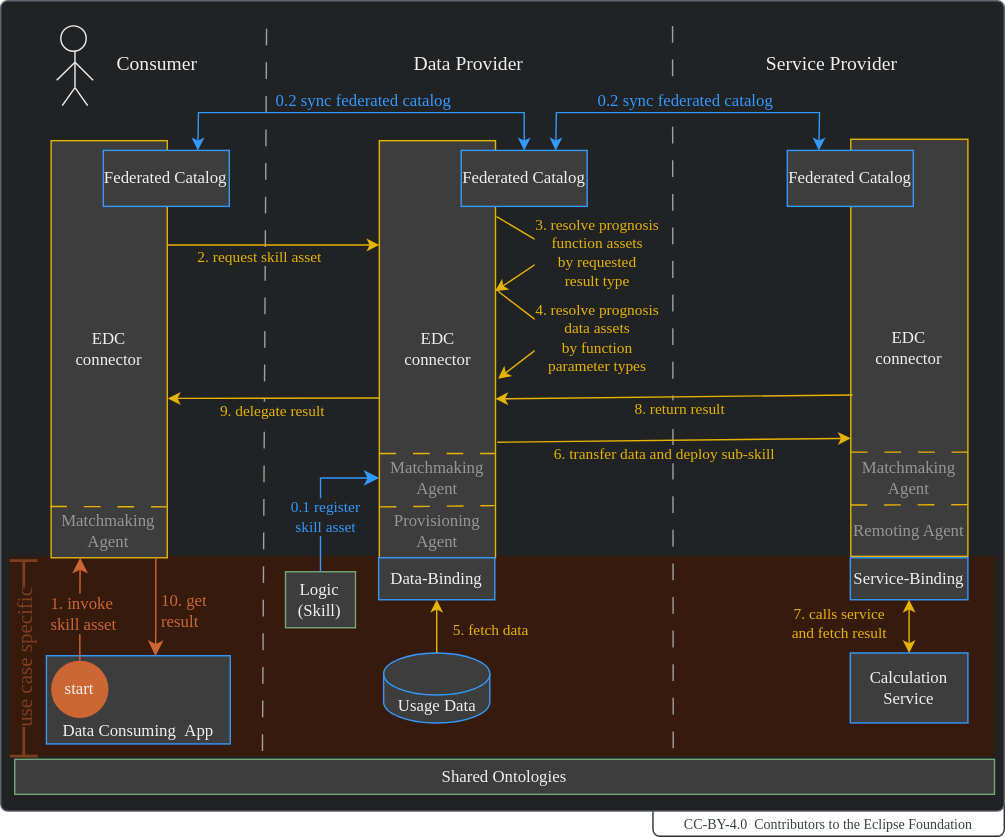
This is docs-kits/kits/behaviour-twin-kit/adoption-view/assets/business-process.drawio.svg from eclipse-tractusx/eclipse-tractusx.github.io, a draw.io export, as it was before one commit. Source tidied: cells renumbered, new cells last; positions are measured from the earlier drawing's top-left corner, leaving out a move shared by most shapes.
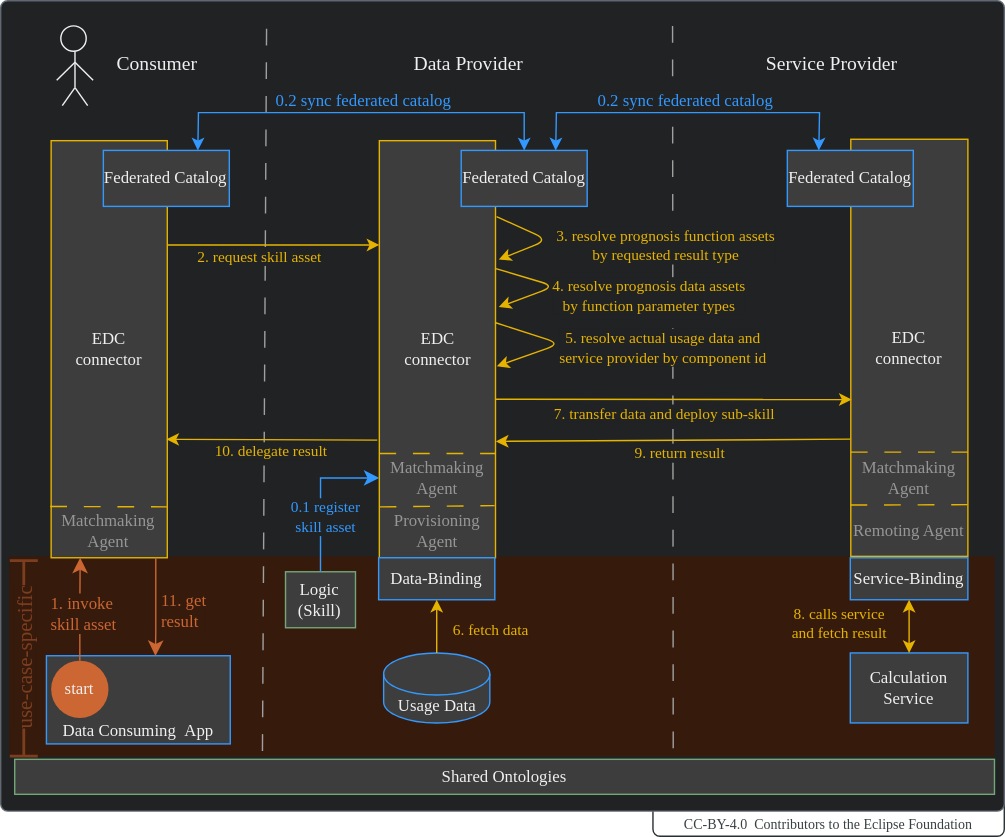
After the change.

What changed in the source:
```diff
@@ -144,7 +144,7 @@
     <mxCell id="36" style="endArrow=classic;html=1;strokeColor=#E6B400;fontColor=#F0F0F0;exitX=0.5;exitY=0;exitDx=0;exitDy=0;exitPerimeter=0;entryX=0.5;entryY=1;entryDx=0;entryDy=0;fontFamily=Manrope;" parent="1" edge="1" source="33" target="29">
       <mxGeometry relative="1" as="geometry" />
     </mxCell>
-    <mxCell id="37" value="&lt;font face=&quot;Manrope&quot;&gt;5. fetch data&lt;/font&gt;" style="edgeLabel;html=1;align=center;verticalAlign=middle;fontColor=#E6B400;labelBackgroundColor=#361B0D;fontFamily=Manrope;" parent="36" vertex="1">
+    <mxCell id="37" value="&lt;font face=&quot;Manrope&quot;&gt;6. fetch data&lt;/font&gt;" style="edgeLabel;html=1;align=center;verticalAlign=middle;fontColor=#E6B400;labelBackgroundColor=#361B0D;fontFamily=Manrope;" parent="36" vertex="1">
       <mxGeometry x="0.41" y="-1" relative="1" as="geometry">
         <mxPoint x="37" y="11" as="offset" />
       </mxGeometry>
@@ -152,56 +152,56 @@
     <mxCell id="38" value="&lt;font style=&quot;font-size: 12px;&quot; face=&quot;Manrope&quot;&gt;Logic&lt;br&gt;(Skill)&lt;br&gt;&lt;/font&gt;" style="rounded=0;whiteSpace=wrap;html=1;strokeColor=#74A678;fillColor=#3D3D3D;fillStyle=solid;fontColor=#F0F0F0;fontFamily=Manrope;" parent="1" vertex="1">
       <mxGeometry x="256.5" y="408" width="50" height="40" as="geometry" />
     </mxCell>
-    <mxCell id="39" value="&lt;font face=&quot;Manrope&quot; color=&quot;#7d3e1f&quot; style=&quot;background-color: rgb(54, 27, 13); font-size: 15px;&quot;&gt;&amp;nbsp;use case specific&amp;nbsp;&lt;/font&gt;" style="shape=crossbar;whiteSpace=wrap;html=1;rounded=1;labelBackgroundColor=#361B0D;strokeColor=#7D3E1F;fontColor=#F0F0F0;fillColor=#69341A;rotation=-90;strokeWidth=2;fontFamily=Manrope;" parent="1" vertex="1">
+    <mxCell id="39" value="&lt;font face=&quot;Manrope&quot; color=&quot;#7d3e1f&quot; style=&quot;background-color: rgb(54, 27, 13); font-size: 15px;&quot;&gt;&amp;nbsp;use-case-specific&amp;nbsp;&lt;/font&gt;" style="shape=crossbar;whiteSpace=wrap;html=1;rounded=1;labelBackgroundColor=#361B0D;strokeColor=#7D3E1F;fontColor=#F0F0F0;fillColor=#69341A;rotation=-90;strokeWidth=2;fontFamily=Manrope;" parent="1" vertex="1">
       <mxGeometry x="-0.4" y="459.9" width="139.7" height="20" as="geometry" />
     </mxCell>
-    <mxCell id="40" style="endArrow=classic;html=1;fontColor=#E6B400;exitX=1.009;exitY=0.182;exitDx=0;exitDy=0;entryX=0.996;entryY=0.361;entryDx=0;entryDy=0;strokeColor=#E6B400;entryPerimeter=0;exitPerimeter=0;fontFamily=Manrope;" parent="1" edge="1" source="11" target="11">
+    <mxCell id="40" style="endArrow=classic;html=1;fontColor=#E6B400;exitX=1.009;exitY=0.182;exitDx=0;exitDy=0;entryX=1.028;entryY=0.285;entryDx=0;entryDy=0;strokeColor=#E6B400;entryPerimeter=0;exitPerimeter=0;fontFamily=Manrope;" parent="1" edge="1" source="11" target="11">
       <mxGeometry relative="1" as="geometry">
         <Array as="points">
-          <mxPoint x="449" y="179" />
+          <mxPoint x="444" y="171" />
         </Array>
       </mxGeometry>
     </mxCell>
-    <mxCell id="41" value="&lt;font face=&quot;Manrope&quot;&gt;3. resolve prognosis&lt;br&gt;function assets&lt;br&gt;by requested&lt;br&gt;result type&lt;/font&gt;" style="edgeLabel;html=1;align=center;verticalAlign=middle;labelBackgroundColor=#202224;fontColor=#E6B400;fontFamily=Manrope;" parent="40" vertex="1">
+    <mxCell id="41" value="&lt;font face=&quot;Manrope&quot;&gt;3. resolve prognosis function assets&lt;br&gt;by requested result type&lt;/font&gt;" style="edgeLabel;html=1;align=center;verticalAlign=middle;labelBackgroundColor=#202224;fontColor=#E6B400;fontFamily=Manrope;" parent="40" vertex="1">
       <mxGeometry x="0.35" relative="1" as="geometry">
-        <mxPoint x="45" y="-10" as="offset" />
+        <mxPoint x="95" y="-1" as="offset" />
       </mxGeometry>
     </mxCell>
-    <mxCell id="42" style="endArrow=classic;html=1;fontColor=#E6B400;strokeColor=#E6B400;entryX=1.022;entryY=0.571;entryDx=0;entryDy=0;entryPerimeter=0;exitX=1.022;exitY=0.361;exitDx=0;exitDy=0;exitPerimeter=0;fontFamily=Manrope;" parent="1" edge="1" source="11" target="11">
+    <mxCell id="42" style="endArrow=classic;html=1;fontColor=#E6B400;strokeColor=#E6B400;entryX=1.028;entryY=0.399;entryDx=0;entryDy=0;entryPerimeter=0;fontFamily=Manrope;exitX=0.995;exitY=0.306;exitDx=0;exitDy=0;exitPerimeter=0;" parent="1" edge="1" source="11" target="11">
       <mxGeometry relative="1" as="geometry">
         <Array as="points">
-          <mxPoint x="449.2" y="238.8" />
+          <mxPoint x="449" y="204" />
         </Array>
       </mxGeometry>
     </mxCell>
-    <mxCell id="43" value="&lt;font face=&quot;Manrope&quot;&gt;4. resolve prognosis&lt;br&gt;data assets&lt;br&gt;by function&lt;br&gt;parameter types&lt;/font&gt;" style="edgeLabel;html=1;align=center;verticalAlign=middle;labelBackgroundColor=#202224;fontColor=#E6B400;fontFamily=Manrope;" parent="42" vertex="1">
+    <mxCell id="43" value="&lt;font face=&quot;Manrope&quot;&gt;4. resolve prognosis data assets&lt;br&gt;by function parameter types&lt;/font&gt;" style="edgeLabel;html=1;align=center;verticalAlign=middle;labelBackgroundColor=#202224;fontColor=#E6B400;fontFamily=Manrope;" parent="42" vertex="1">
       <mxGeometry x="0.35" relative="1" as="geometry">
-        <mxPoint x="43" y="-9" as="offset" />
+        <mxPoint x="80" y="2" as="offset" />
       </mxGeometry>
     </mxCell>
-    <mxCell id="44" value="&lt;font face=&quot;Manrope&quot;&gt;7. calls service&lt;br&gt;and fetch result&lt;/font&gt;" style="edgeLabel;html=1;align=center;verticalAlign=middle;fontColor=#E6B400;labelBackgroundColor=#361B0D;fontFamily=Manrope;" parent="1" vertex="1">
+    <mxCell id="44" value="&lt;font face=&quot;Manrope&quot;&gt;8. calls service&lt;br&gt;and fetch result&lt;/font&gt;" style="edgeLabel;html=1;align=center;verticalAlign=middle;fontColor=#E6B400;labelBackgroundColor=#361B0D;fontFamily=Manrope;" parent="1" vertex="1">
       <mxGeometry x="651.5" y="445" as="geometry" />
     </mxCell>
-    <mxCell id="45" style="endArrow=classic;html=1;strokeColor=#E6B400;fontColor=#F0F0F0;exitX=0.016;exitY=0.613;exitDx=0;exitDy=0;exitPerimeter=0;fontFamily=Manrope;entryX=0.999;entryY=0.619;entryDx=0;entryDy=0;entryPerimeter=0;" parent="1" edge="1" source="12" target="11">
+    <mxCell id="45" style="endArrow=classic;html=1;strokeColor=#E6B400;fontColor=#F0F0F0;fontFamily=Manrope;entryX=1.003;entryY=0.721;entryDx=0;entryDy=0;entryPerimeter=0;exitX=-0.002;exitY=0.719;exitDx=0;exitDy=0;exitPerimeter=0;" parent="1" edge="1" source="12" target="11">
       <mxGeometry relative="1" as="geometry" />
     </mxCell>
-    <mxCell id="46" value="&lt;font face=&quot;Manrope&quot;&gt;8. return result&lt;/font&gt;" style="edgeLabel;html=1;align=center;verticalAlign=middle;fontColor=#E6B400;labelBackgroundColor=#202224;fontFamily=Manrope;" parent="45" vertex="1">
+    <mxCell id="46" value="&lt;font face=&quot;Manrope&quot;&gt;9. return result&lt;/font&gt;" style="edgeLabel;html=1;align=center;verticalAlign=middle;fontColor=#E6B400;labelBackgroundColor=#202224;fontFamily=Manrope;" parent="45" vertex="1">
       <mxGeometry x="0.41" y="-1" relative="1" as="geometry">
         <mxPoint x="56" y="9" as="offset" />
       </mxGeometry>
     </mxCell>
-    <mxCell id="47" style="endArrow=classic;html=1;strokeColor=#E6B400;fontColor=#F0F0F0;entryX=-0.001;entryY=0.717;entryDx=0;entryDy=0;fontFamily=Manrope;entryPerimeter=0;exitX=1.016;exitY=0.723;exitDx=0;exitDy=0;exitPerimeter=0;" parent="1" edge="1" source="11" target="12">
+    <mxCell id="47" style="endArrow=classic;html=1;strokeColor=#E6B400;fontColor=#F0F0F0;entryX=0.007;entryY=0.624;entryDx=0;entryDy=0;fontFamily=Manrope;entryPerimeter=0;exitX=0.995;exitY=0.62;exitDx=0;exitDy=0;exitPerimeter=0;" parent="1" edge="1" source="11" target="12">
       <mxGeometry relative="1" as="geometry" />
     </mxCell>
-    <mxCell id="48" value="6. transfer data and deploy sub-skill" style="edgeLabel;html=1;align=center;verticalAlign=middle;fontColor=#E6B400;labelBackgroundColor=#202224;fontFamily=Manrope;" parent="47" vertex="1">
+    <mxCell id="48" value="7. transfer data and deploy sub-skill" style="edgeLabel;html=1;align=center;verticalAlign=middle;fontColor=#E6B400;labelBackgroundColor=#202224;fontFamily=Manrope;" parent="47" vertex="1">
       <mxGeometry x="0.41" y="-1" relative="1" as="geometry">
-        <mxPoint x="-59" y="9" as="offset" />
+        <mxPoint x="-60" y="9" as="offset" />
       </mxGeometry>
     </mxCell>
-    <mxCell id="49" style="endArrow=classic;html=1;strokeColor=#E6B400;fontColor=#F0F0F0;entryX=1.005;entryY=0.618;entryDx=0;entryDy=0;entryPerimeter=0;fontFamily=Manrope;exitX=0.007;exitY=0.617;exitDx=0;exitDy=0;exitPerimeter=0;" parent="1" edge="1" source="11" target="10">
+    <mxCell id="49" style="endArrow=classic;html=1;strokeColor=#E6B400;fontColor=#F0F0F0;entryX=0.992;entryY=0.716;entryDx=0;entryDy=0;entryPerimeter=0;fontFamily=Manrope;exitX=-0.018;exitY=0.718;exitDx=0;exitDy=0;exitPerimeter=0;" parent="1" edge="1" source="11" target="10">
       <mxGeometry relative="1" as="geometry" />
     </mxCell>
-    <mxCell id="50" value="&lt;font face=&quot;Manrope&quot;&gt;9. delegate result&lt;/font&gt;" style="edgeLabel;html=1;align=center;verticalAlign=middle;fontColor=#E6B400;labelBackgroundColor=#202224;fontFamily=Manrope;" parent="49" vertex="1">
+    <mxCell id="50" value="&lt;font face=&quot;Manrope&quot;&gt;10. delegate result&lt;/font&gt;" style="edgeLabel;html=1;align=center;verticalAlign=middle;fontColor=#E6B400;labelBackgroundColor=#202224;fontFamily=Manrope;" parent="49" vertex="1">
       <mxGeometry x="0.41" y="-1" relative="1" as="geometry">
         <mxPoint x="29" y="9" as="offset" />
       </mxGeometry>
@@ -254,7 +254,7 @@
         </Array>
       </mxGeometry>
     </mxCell>
-    <mxCell id="63" value="&lt;font face=&quot;Manrope&quot;&gt;10. get&lt;br&gt;result&lt;/font&gt;" style="edgeLabel;html=1;align=left;verticalAlign=middle;fontSize=12;fontColor=#CC6633;labelBackgroundColor=#361B0D;fontFamily=Manrope;" parent="62" vertex="1">
+    <mxCell id="63" value="&lt;font face=&quot;Manrope&quot;&gt;11. get&lt;br&gt;result&lt;/font&gt;" style="edgeLabel;html=1;align=left;verticalAlign=middle;fontSize=12;fontColor=#CC6633;labelBackgroundColor=#361B0D;fontFamily=Manrope;" parent="62" vertex="1">
       <mxGeometry x="-0.72" y="-3" relative="1" as="geometry">
         <mxPoint x="5" y="27" as="offset" />
       </mxGeometry>
@@ -279,5 +279,17 @@
     <mxCell id="69" style="endArrow=none;html=1;fontColor=#969696;exitX=-0.008;exitY=0.877;exitDx=0;exitDy=0;entryX=0.997;entryY=0.878;entryDx=0;entryDy=0;dashed=1;dashPattern=12 12;strokeColor=#E6B400;exitPerimeter=0;entryPerimeter=0;" parent="1" edge="1" source="10" target="10">
       <mxGeometry relative="1" as="geometry" />
     </mxCell>
+    <mxCell id="70" style="endArrow=classic;html=1;fontColor=#E6B400;strokeColor=#E6B400;entryX=1.011;entryY=0.541;entryDx=0;entryDy=0;entryPerimeter=0;fontFamily=Manrope;exitX=0.995;exitY=0.436;exitDx=0;exitDy=0;exitPerimeter=0;" parent="1" edge="1" source="11" target="11">
+      <mxGeometry relative="1" as="geometry">
+        <Array as="points">
+          <mxPoint x="453" y="245" />
+        </Array>
+      </mxGeometry>
+    </mxCell>
+    <mxCell id="71" value="&lt;font face=&quot;Manrope&quot;&gt;5. resolve actual usage data and&lt;br&gt;service provider by component id&lt;/font&gt;" style="edgeLabel;html=1;align=center;verticalAlign=middle;labelBackgroundColor=#202224;fontColor=#E6B400;fontFamily=Manrope;" parent="70" vertex="1">
+      <mxGeometry x="0.35" relative="1" as="geometry">
+        <mxPoint x="88" y="-3" as="offset" />
+      </mxGeometry>
+    </mxCell>
   </root>
 </mxGraphModel>
```
